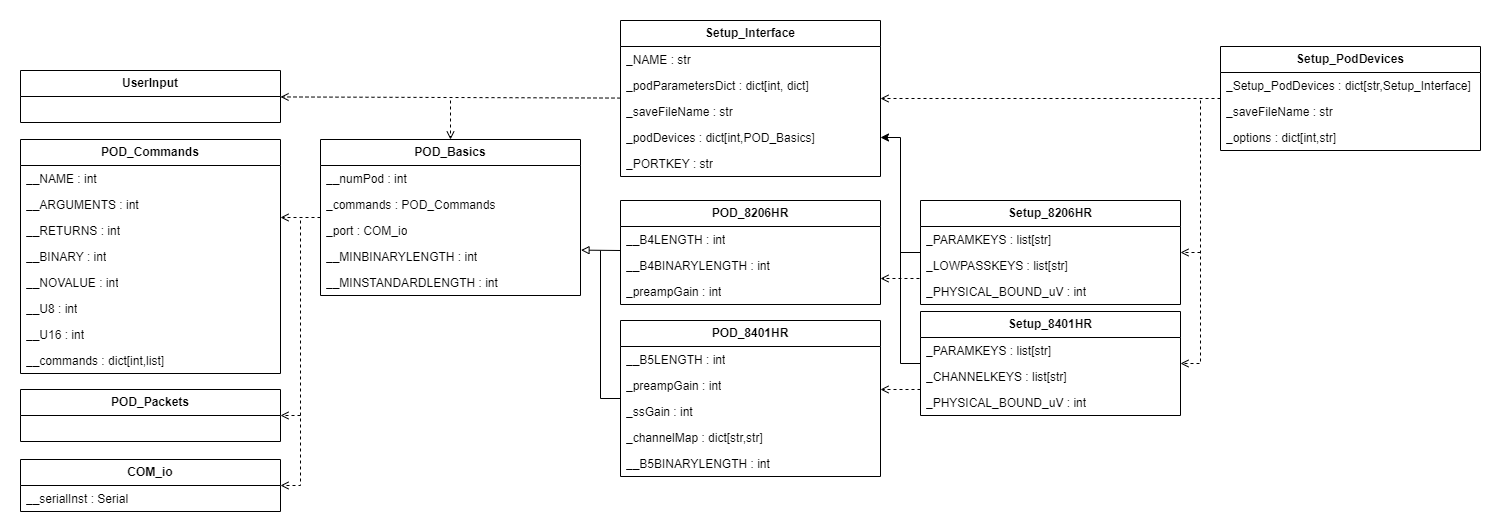
This is Documents/UML-class-diagram.png from Pinnacle-Technology-Inc/Morelia, a draw.io export, as it was before one commit. Source tidied: cells renumbered, new cells last; positions are measured from the earlier drawing's top-left corner, leaving out a move shared by most shapes.
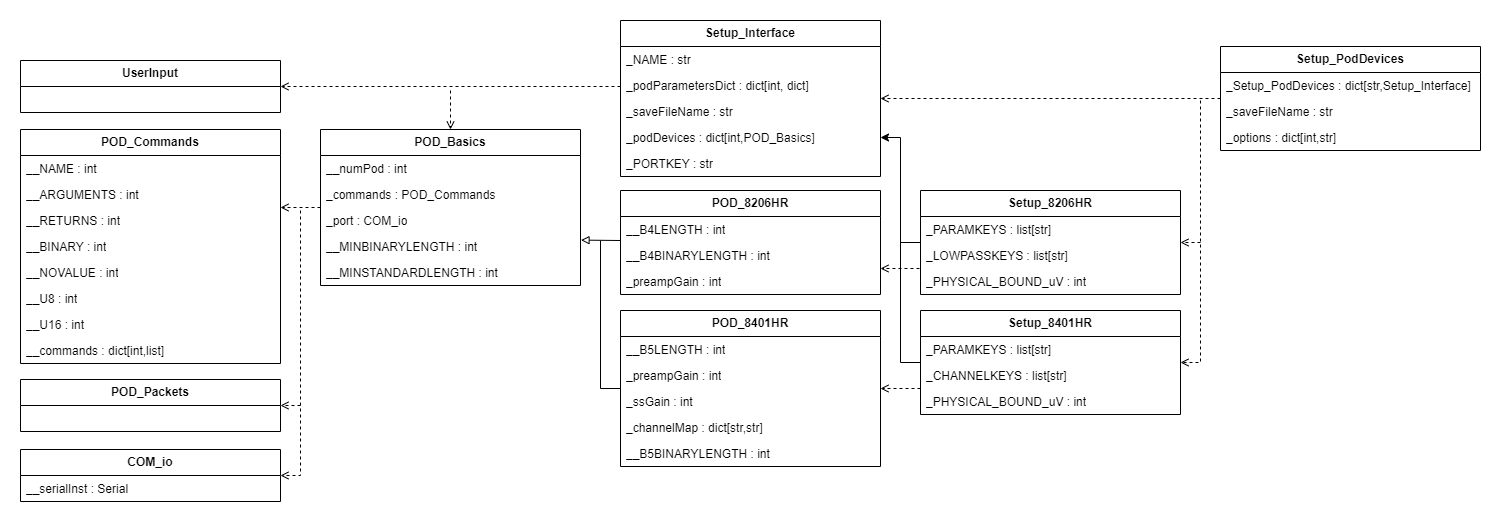
After the change.

What changed in the source:
```diff
@@ -3,7 +3,7 @@
     <mxCell id="0" />
     <mxCell id="1" parent="0" />
     <mxCell id="2" style="rounded=0;whiteSpace=wrap;html=1;strokeColor=#FFFFFF;" parent="1" vertex="1">
-      <mxGeometry width="1500" height="530" as="geometry" />
+      <mxGeometry y="10" width="1500" height="520" as="geometry" />
     </mxCell>
     <mxCell id="3" value="POD_Basics" style="swimlane;fontStyle=1;horizontal=1;startSize=26;fillColor=none;whiteSpace=wrap;html=1;" parent="1" vertex="1">
       <mxGeometry x="320" y="139" width="260" height="156" as="geometry" />
@@ -90,7 +90,7 @@
       <mxGeometry y="78" width="260" height="26" as="geometry" />
     </mxCell>
     <mxCell id="31" value="Setup_PodDevices" style="swimlane;fontStyle=1;horizontal=1;startSize=26;fillColor=none;whiteSpace=wrap;html=1;" parent="1" vertex="1">
-      <mxGeometry x="1220" y="46" width="260" height="104" as="geometry" />
+      <mxGeometry x="1220" y="56" width="260" height="104" as="geometry" />
     </mxCell>
     <mxCell id="32" value="_Setup_PodDevices : dict[str,Setup_Interface&lt;span style=&quot;background-color: initial;&quot;&gt;]&amp;nbsp;&lt;/span&gt;" style="text;strokeColor=none;fillColor=none;align=left;verticalAlign=top;spacingLeft=4;spacingRight=4;overflow=hidden;whiteSpace=wrap;html=1;shadow=1;" parent="31" vertex="1">
       <mxGeometry y="26" width="260" height="26" as="geometry" />
@@ -102,7 +102,7 @@
       <mxGeometry y="78" width="260" height="26" as="geometry" />
     </mxCell>
     <mxCell id="35" value="Setup_Interface" style="swimlane;fontStyle=1;horizontal=1;startSize=26;fillColor=none;whiteSpace=wrap;html=1;" parent="1" vertex="1">
-      <mxGeometry x="620" y="20" width="260" height="156" as="geometry" />
+      <mxGeometry x="620" y="30" width="260" height="156" as="geometry" />
     </mxCell>
     <mxCell id="36" value="_NAME : str" style="text;strokeColor=none;fillColor=none;align=left;verticalAlign=top;spacingLeft=4;spacingRight=4;overflow=hidden;whiteSpace=wrap;html=1;shadow=1;" parent="35" vertex="1">
       <mxGeometry y="26" width="260" height="26" as="geometry" />
@@ -154,7 +154,7 @@
       <mxGeometry x="20" y="70" width="260" height="52" as="geometry" />
     </mxCell>
     <mxCell id="50" value="Setup_8401HR" style="swimlane;fontStyle=1;horizontal=1;startSize=26;fillColor=none;whiteSpace=wrap;html=1;" parent="1" vertex="1">
-      <mxGeometry x="920" y="311" width="260" height="104" as="geometry" />
+      <mxGeometry x="920" y="320" width="260" height="104" as="geometry" />
     </mxCell>
     <mxCell id="51" value="_PARAMKEYS : list[str]" style="text;strokeColor=none;fillColor=none;align=left;verticalAlign=top;spacingLeft=4;spacingRight=4;overflow=hidden;whiteSpace=wrap;html=1;shadow=1;" parent="50" vertex="1">
       <mxGeometry y="26" width="260" height="26" as="geometry" />
@@ -167,7 +167,7 @@
     </mxCell>
     <mxCell id="54" style="endArrow=open;html=1;rounded=0;dashed=1;endFill=0;exitX=0;exitY=0.75;exitDx=0;exitDy=0;" parent="1" edge="1" source="50">
       <mxGeometry relative="1" as="geometry">
-        <mxPoint x="880" y="389" as="targetPoint" />
+        <mxPoint x="880" y="398" as="targetPoint" />
       </mxGeometry>
     </mxCell>
     <mxCell id="55" style="endArrow=open;html=1;rounded=0;dashed=1;endFill=0;entryX=1;entryY=0.5;entryDx=0;entryDy=0;" parent="1" edge="1" target="25">
@@ -178,8 +178,10 @@
         </Array>
       </mxGeometry>
     </mxCell>
-    <mxCell id="56" style="endArrow=open;html=1;rounded=0;dashed=1;endFill=0;" parent="1" edge="1" source="35" target="49">
-      <mxGeometry relative="1" as="geometry" />
+    <mxCell id="56" style="endArrow=open;html=1;rounded=0;dashed=1;endFill=0;entryX=1;entryY=0.5;entryDx=0;entryDy=0;" parent="1" edge="1" target="49">
+      <mxGeometry relative="1" as="geometry">
+        <mxPoint x="620" y="96" as="sourcePoint" />
+      </mxGeometry>
     </mxCell>
     <mxCell id="57" style="endArrow=none;html=1;rounded=0;entryX=0;entryY=0.5;entryDx=0;entryDy=0;" parent="1" edge="1" target="18">
       <mxGeometry relative="1" as="geometry">
@@ -196,17 +198,17 @@
     </mxCell>
     <mxCell id="59" style="endArrow=open;html=1;rounded=0;dashed=1;endFill=0;entryX=1;entryY=0.5;entryDx=0;entryDy=0;" parent="1" edge="1" target="50">
       <mxGeometry relative="1" as="geometry">
-        <mxPoint x="1200" y="100" as="sourcePoint" />
+        <mxPoint x="1200" y="110" as="sourcePoint" />
         <Array as="points">
-          <mxPoint x="1200" y="363" />
+          <mxPoint x="1200" y="372" />
         </Array>
       </mxGeometry>
     </mxCell>
     <mxCell id="60" style="endArrow=classic;html=1;rounded=0;exitX=0;exitY=0.5;exitDx=0;exitDy=0;entryX=1;entryY=0.5;entryDx=0;entryDy=0;" parent="1" edge="1" source="50" target="39">
       <mxGeometry relative="1" as="geometry">
         <Array as="points">
-          <mxPoint x="900" y="363" />
-          <mxPoint x="900" y="137" />
+          <mxPoint x="900" y="372" />
+          <mxPoint x="900" y="147" />
         </Array>
       </mxGeometry>
     </mxCell>
```
